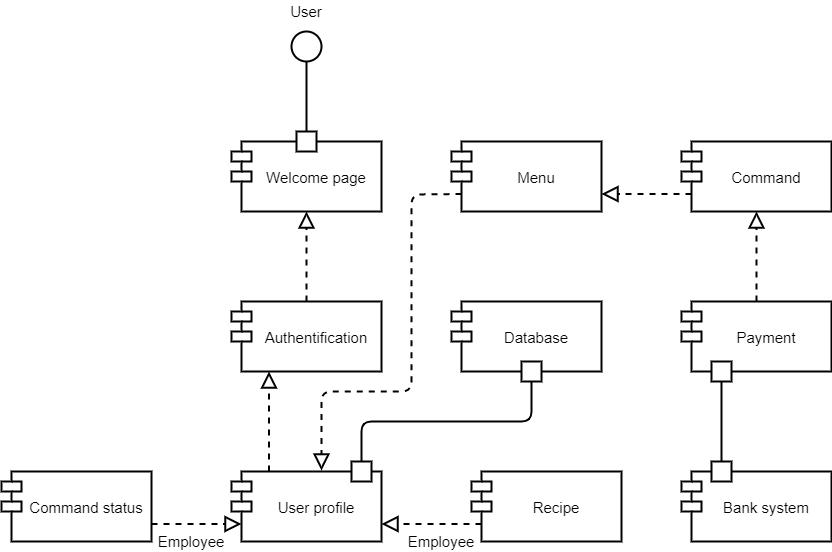
Tony380/Projet6 keeps this draw.io diagram as component diagram.png. Above is the earlier version. Source tidied: cells renumbered, new cells last; positions are measured from the earlier drawing's top-left corner, leaving out a move shared by most shapes. The source it was exported from:
```xml
<mxGraphModel background="#ffffff">
  <root>
    <mxCell id="0" />
    <mxCell id="1" parent="0" />
    <mxCell id="2" value="Authentification" style="shape=module;align=left;spacingLeft=20;align=center;verticalAlign=middle;strokeWidth=2;fontSize=15;" parent="1" vertex="1">
      <mxGeometry x="230" y="300" width="150" height="70" as="geometry" />
    </mxCell>
    <mxCell id="3" value="Bank system" style="shape=module;align=left;spacingLeft=20;align=center;verticalAlign=middle;strokeWidth=2;fontSize=15;" parent="1" vertex="1">
      <mxGeometry x="680" y="470" width="150" height="70" as="geometry" />
    </mxCell>
    <mxCell id="4" value="Database" style="shape=module;align=left;spacingLeft=20;align=center;verticalAlign=middle;strokeWidth=2;fontSize=15;" parent="1" vertex="1">
      <mxGeometry x="450" y="300" width="150" height="70" as="geometry" />
    </mxCell>
    <mxCell id="5" value="Recipe" style="shape=module;align=left;spacingLeft=20;align=center;verticalAlign=middle;strokeWidth=2;fontSize=15;" parent="1" vertex="1">
      <mxGeometry x="470" y="470" width="150" height="70" as="geometry" />
    </mxCell>
    <mxCell id="6" value="Command" style="shape=module;align=left;spacingLeft=20;align=center;verticalAlign=middle;strokeWidth=2;fontSize=15;" parent="1" vertex="1">
      <mxGeometry x="680" y="140" width="150" height="70" as="geometry" />
    </mxCell>
    <mxCell id="7" value="Menu" style="shape=module;align=left;spacingLeft=20;align=center;verticalAlign=middle;strokeWidth=2;fontSize=15;" parent="1" vertex="1">
      <mxGeometry x="450" y="140" width="150" height="70" as="geometry" />
    </mxCell>
    <mxCell id="8" value="User profile" style="shape=module;align=left;spacingLeft=20;align=center;verticalAlign=middle;strokeWidth=2;fontSize=15;" parent="1" vertex="1">
      <mxGeometry x="230" y="470" width="150" height="70" as="geometry" />
    </mxCell>
    <mxCell id="9" value="Welcome page" style="shape=module;align=left;spacingLeft=20;align=center;verticalAlign=middle;strokeWidth=2;fontSize=15;" parent="1" vertex="1">
      <mxGeometry x="230" y="140" width="150" height="70" as="geometry" />
    </mxCell>
    <mxCell id="10" style="ellipse;whiteSpace=wrap;html=1;strokeWidth=2;fontSize=15;verticalAlign=middle;" parent="1" vertex="1">
      <mxGeometry x="290" y="30" width="30" height="30" as="geometry" />
    </mxCell>
    <mxCell id="11" style="whiteSpace=wrap;html=1;strokeWidth=2;fontSize=15;verticalAlign=middle;" parent="1" vertex="1">
      <mxGeometry x="295" y="130" width="20" height="20" as="geometry" />
    </mxCell>
    <mxCell id="12" style="endArrow=none;html=1;entryX=0.5;entryY=1;entryDx=0;entryDy=0;exitX=0.5;exitY=0;exitDx=0;exitDy=0;strokeWidth=2;fontSize=15;verticalAlign=middle;" parent="1" edge="1" source="11" target="10">
      <mxGeometry relative="1" as="geometry" />
    </mxCell>
    <mxCell id="13" value="User" style="text;html=1;strokeColor=none;fillColor=none;align=center;verticalAlign=middle;whiteSpace=wrap;rounded=0;strokeWidth=2;fontSize=15;" parent="1" vertex="1">
      <mxGeometry x="285" width="40" height="20" as="geometry" />
    </mxCell>
    <mxCell id="14" style="endArrow=block;dashed=1;endFill=0;endSize=12;html=1;entryX=0.5;entryY=1;entryDx=0;entryDy=0;exitX=0.5;exitY=0;exitDx=0;exitDy=0;strokeWidth=2;fontSize=15;verticalAlign=middle;" parent="1" edge="1" source="2" target="9">
      <mxGeometry relative="1" as="geometry" />
    </mxCell>
    <mxCell id="15" style="endArrow=block;dashed=1;endFill=0;endSize=12;html=1;entryX=0.25;entryY=1;entryDx=0;entryDy=0;exitX=0.25;exitY=0;exitDx=0;exitDy=0;strokeWidth=2;fontSize=15;verticalAlign=middle;" parent="1" edge="1" source="8" target="2">
      <mxGeometry relative="1" as="geometry" />
    </mxCell>
    <mxCell id="16" style="endArrow=block;dashed=1;endFill=0;endSize=12;html=1;entryX=1;entryY=0.75;entryDx=0;entryDy=0;exitX=0;exitY=0.75;exitDx=10;exitDy=0;exitPerimeter=0;strokeWidth=2;fontSize=15;verticalAlign=middle;" parent="1" edge="1" source="6" target="7">
      <mxGeometry relative="1" as="geometry" />
    </mxCell>
    <mxCell id="17" style="endArrow=block;dashed=1;endFill=0;endSize=12;html=1;entryX=0.6;entryY=-0.014;entryDx=0;entryDy=0;exitX=0;exitY=0.75;exitDx=10;exitDy=0;exitPerimeter=0;entryPerimeter=0;strokeWidth=2;fontSize=15;verticalAlign=middle;" parent="1" edge="1" source="7" target="8">
      <mxGeometry relative="1" as="geometry">
        <Array as="points">
          <mxPoint x="410" y="193" />
          <mxPoint x="410" y="390" />
          <mxPoint x="320" y="390" />
        </Array>
      </mxGeometry>
    </mxCell>
    <mxCell id="18" style="endArrow=block;dashed=1;endFill=0;endSize=12;html=1;entryX=1;entryY=0.75;entryDx=0;entryDy=0;exitX=0;exitY=0.75;exitDx=10;exitDy=0;exitPerimeter=0;strokeWidth=2;fontSize=15;verticalAlign=middle;" parent="1" edge="1" source="5" target="8">
      <mxGeometry relative="1" as="geometry" />
    </mxCell>
    <mxCell id="19" value="Payment" style="shape=module;align=left;spacingLeft=20;align=center;verticalAlign=middle;strokeWidth=2;fontSize=15;" parent="1" vertex="1">
      <mxGeometry x="680" y="300" width="150" height="70" as="geometry" />
    </mxCell>
    <mxCell id="20" style="endArrow=block;dashed=1;endFill=0;endSize=12;html=1;exitX=0.5;exitY=0;exitDx=0;exitDy=0;strokeWidth=2;fontSize=15;verticalAlign=middle;" parent="1" edge="1" source="19" target="6">
      <mxGeometry relative="1" as="geometry" />
    </mxCell>
    <mxCell id="21" style="whiteSpace=wrap;html=1;strokeWidth=2;fontSize=15;verticalAlign=middle;" parent="1" vertex="1">
      <mxGeometry x="710" y="460" width="20" height="20" as="geometry" />
    </mxCell>
    <mxCell id="22" style="whiteSpace=wrap;html=1;strokeWidth=2;fontSize=15;verticalAlign=middle;" parent="1" vertex="1">
      <mxGeometry x="520" y="360" width="20" height="20" as="geometry" />
    </mxCell>
    <mxCell id="23" style="whiteSpace=wrap;html=1;strokeWidth=2;fontSize=15;verticalAlign=middle;" parent="1" vertex="1">
      <mxGeometry x="710" y="360" width="20" height="20" as="geometry" />
    </mxCell>
    <mxCell id="24" style="endArrow=none;html=1;exitX=0.5;exitY=0;exitDx=0;exitDy=0;entryX=0.5;entryY=1;entryDx=0;entryDy=0;strokeWidth=2;fontSize=15;verticalAlign=middle;" parent="1" edge="1" source="21" target="23">
      <mxGeometry relative="1" as="geometry" />
    </mxCell>
    <mxCell id="25" style="whiteSpace=wrap;html=1;strokeWidth=2;fontSize=15;verticalAlign=middle;" parent="1" vertex="1">
      <mxGeometry x="350" y="460" width="20" height="20" as="geometry" />
    </mxCell>
    <mxCell id="26" style="endArrow=none;html=1;exitX=0.5;exitY=0;exitDx=0;exitDy=0;entryX=0.5;entryY=1;entryDx=0;entryDy=0;strokeWidth=2;fontSize=15;verticalAlign=middle;" parent="1" edge="1" source="25" target="22">
      <mxGeometry relative="1" as="geometry">
        <Array as="points">
          <mxPoint x="360" y="420" />
          <mxPoint x="530" y="420" />
        </Array>
      </mxGeometry>
    </mxCell>
    <mxCell id="27" value="Employee" style="text;html=1;strokeColor=none;fillColor=none;align=center;verticalAlign=middle;whiteSpace=wrap;rounded=0;strokeWidth=2;fontSize=15;" parent="1" vertex="1">
      <mxGeometry x="420" y="530" width="40" height="20" as="geometry" />
    </mxCell>
    <mxCell id="28" value="Command status" style="shape=module;align=left;spacingLeft=20;align=center;verticalAlign=middle;strokeWidth=2;fontSize=15;" parent="1" vertex="1">
      <mxGeometry y="470" width="150" height="70" as="geometry" />
    </mxCell>
    <mxCell id="29" style="endArrow=block;dashed=1;endFill=0;endSize=12;html=1;entryX=0;entryY=0.75;entryDx=10;entryDy=0;exitX=1;exitY=0.75;exitDx=0;exitDy=0;entryPerimeter=0;strokeWidth=2;fontSize=15;verticalAlign=middle;" parent="1" edge="1" source="28" target="8">
      <mxGeometry relative="1" as="geometry" />
    </mxCell>
    <mxCell id="30" value="Employee" style="text;html=1;strokeColor=none;fillColor=none;align=center;verticalAlign=middle;whiteSpace=wrap;rounded=0;strokeWidth=2;fontSize=15;" parent="1" vertex="1">
      <mxGeometry x="170" y="530" width="40" height="20" as="geometry" />
    </mxCell>
  </root>
</mxGraphModel>
```
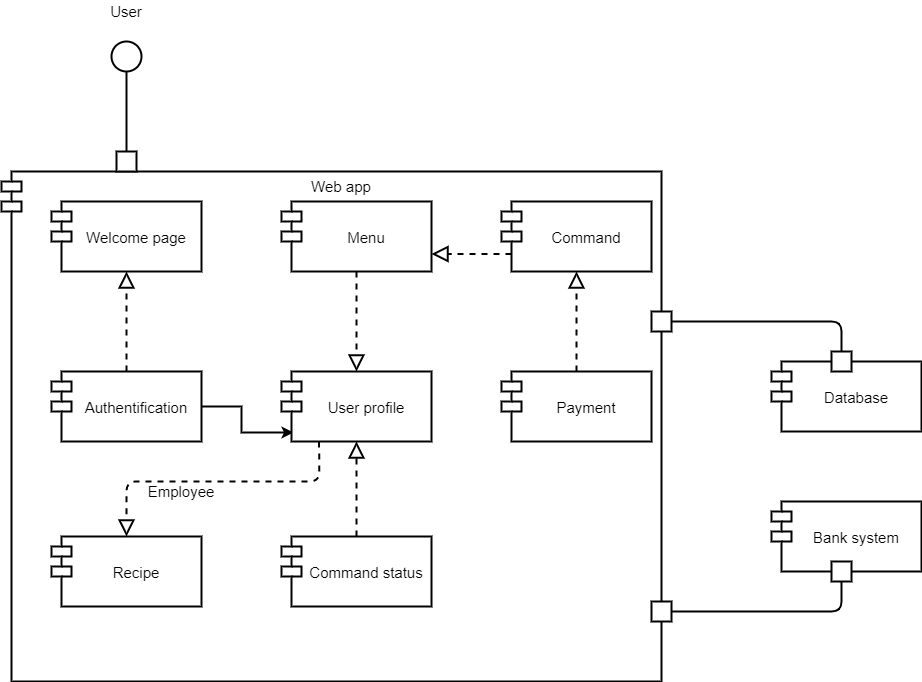
Later version of the same file.

Commit message:
component diagram

What changed in the source:
```diff
@@ -2,103 +2,105 @@
   <root>
     <mxCell id="0" />
     <mxCell id="1" parent="0" />
+    <mxCell id="31" value="Web app" style="shape=module;align=left;spacingLeft=20;align=center;verticalAlign=top;strokeWidth=2;fontSize=15;" parent="1" vertex="1">
+      <mxGeometry x="-710" y="180" width="660" height="510" as="geometry" />
+    </mxCell>
+    <mxCell id="32" style="edgeStyle=orthogonalEdgeStyle;rounded=0;jettySize=auto;html=1;entryX=0.08;entryY=0.871;entryDx=0;entryDy=0;entryPerimeter=0;strokeWidth=2;fontSize=15;" parent="1" edge="1" source="2" target="8">
+      <mxGeometry relative="1" as="geometry" />
+    </mxCell>
     <mxCell id="2" value="Authentification" style="shape=module;align=left;spacingLeft=20;align=center;verticalAlign=middle;strokeWidth=2;fontSize=15;" parent="1" vertex="1">
-      <mxGeometry x="230" y="300" width="150" height="70" as="geometry" />
+      <mxGeometry x="-660" y="380" width="150" height="70" as="geometry" />
     </mxCell>
     <mxCell id="3" value="Bank system" style="shape=module;align=left;spacingLeft=20;align=center;verticalAlign=middle;strokeWidth=2;fontSize=15;" parent="1" vertex="1">
-      <mxGeometry x="680" y="470" width="150" height="70" as="geometry" />
+      <mxGeometry x="60" y="510" width="150" height="70" as="geometry" />
     </mxCell>
     <mxCell id="4" value="Database" style="shape=module;align=left;spacingLeft=20;align=center;verticalAlign=middle;strokeWidth=2;fontSize=15;" parent="1" vertex="1">
-      <mxGeometry x="450" y="300" width="150" height="70" as="geometry" />
+      <mxGeometry x="60" y="370" width="150" height="70" as="geometry" />
     </mxCell>
-    <mxCell id="5" value="Recipe" style="shape=module;align=left;spacingLeft=20;align=center;verticalAlign=middle;strokeWidth=2;fontSize=15;" parent="1" vertex="1">
-      <mxGeometry x="470" y="470" width="150" height="70" as="geometry" />
+    <mxCell id="5" value="Command status" style="shape=module;align=left;spacingLeft=20;align=center;verticalAlign=middle;strokeWidth=2;fontSize=15;" parent="1" vertex="1">
+      <mxGeometry x="-430" y="545" width="150" height="70" as="geometry" />
     </mxCell>
     <mxCell id="6" value="Command" style="shape=module;align=left;spacingLeft=20;align=center;verticalAlign=middle;strokeWidth=2;fontSize=15;" parent="1" vertex="1">
-      <mxGeometry x="680" y="140" width="150" height="70" as="geometry" />
+      <mxGeometry x="-210" y="210" width="150" height="70" as="geometry" />
     </mxCell>
     <mxCell id="7" value="Menu" style="shape=module;align=left;spacingLeft=20;align=center;verticalAlign=middle;strokeWidth=2;fontSize=15;" parent="1" vertex="1">
-      <mxGeometry x="450" y="140" width="150" height="70" as="geometry" />
+      <mxGeometry x="-430" y="210" width="150" height="70" as="geometry" />
     </mxCell>
     <mxCell id="8" value="User profile" style="shape=module;align=left;spacingLeft=20;align=center;verticalAlign=middle;strokeWidth=2;fontSize=15;" parent="1" vertex="1">
-      <mxGeometry x="230" y="470" width="150" height="70" as="geometry" />
+      <mxGeometry x="-430" y="380" width="150" height="70" as="geometry" />
     </mxCell>
     <mxCell id="9" value="Welcome page" style="shape=module;align=left;spacingLeft=20;align=center;verticalAlign=middle;strokeWidth=2;fontSize=15;" parent="1" vertex="1">
-      <mxGeometry x="230" y="140" width="150" height="70" as="geometry" />
+      <mxGeometry x="-660" y="210" width="150" height="70" as="geometry" />
     </mxCell>
     <mxCell id="10" style="ellipse;whiteSpace=wrap;html=1;strokeWidth=2;fontSize=15;verticalAlign=middle;" parent="1" vertex="1">
-      <mxGeometry x="290" y="30" width="30" height="30" as="geometry" />
+      <mxGeometry x="-600" y="50" width="30" height="30" as="geometry" />
     </mxCell>
     <mxCell id="11" style="whiteSpace=wrap;html=1;strokeWidth=2;fontSize=15;verticalAlign=middle;" parent="1" vertex="1">
-      <mxGeometry x="295" y="130" width="20" height="20" as="geometry" />
+      <mxGeometry x="-595" y="160" width="20" height="20" as="geometry" />
     </mxCell>
     <mxCell id="12" style="endArrow=none;html=1;entryX=0.5;entryY=1;entryDx=0;entryDy=0;exitX=0.5;exitY=0;exitDx=0;exitDy=0;strokeWidth=2;fontSize=15;verticalAlign=middle;" parent="1" edge="1" source="11" target="10">
       <mxGeometry relative="1" as="geometry" />
     </mxCell>
     <mxCell id="13" value="User" style="text;html=1;strokeColor=none;fillColor=none;align=center;verticalAlign=middle;whiteSpace=wrap;rounded=0;strokeWidth=2;fontSize=15;" parent="1" vertex="1">
-      <mxGeometry x="285" width="40" height="20" as="geometry" />
+      <mxGeometry x="-605" y="10" width="40" height="20" as="geometry" />
     </mxCell>
     <mxCell id="14" style="endArrow=block;dashed=1;endFill=0;endSize=12;html=1;entryX=0.5;entryY=1;entryDx=0;entryDy=0;exitX=0.5;exitY=0;exitDx=0;exitDy=0;strokeWidth=2;fontSize=15;verticalAlign=middle;" parent="1" edge="1" source="2" target="9">
       <mxGeometry relative="1" as="geometry" />
     </mxCell>
-    <mxCell id="15" style="endArrow=block;dashed=1;endFill=0;endSize=12;html=1;entryX=0.25;entryY=1;entryDx=0;entryDy=0;exitX=0.25;exitY=0;exitDx=0;exitDy=0;strokeWidth=2;fontSize=15;verticalAlign=middle;" parent="1" edge="1" source="8" target="2">
-      <mxGeometry relative="1" as="geometry" />
-    </mxCell>
     <mxCell id="16" style="endArrow=block;dashed=1;endFill=0;endSize=12;html=1;entryX=1;entryY=0.75;entryDx=0;entryDy=0;exitX=0;exitY=0.75;exitDx=10;exitDy=0;exitPerimeter=0;strokeWidth=2;fontSize=15;verticalAlign=middle;" parent="1" edge="1" source="6" target="7">
       <mxGeometry relative="1" as="geometry" />
     </mxCell>
-    <mxCell id="17" style="endArrow=block;dashed=1;endFill=0;endSize=12;html=1;entryX=0.6;entryY=-0.014;entryDx=0;entryDy=0;exitX=0;exitY=0.75;exitDx=10;exitDy=0;exitPerimeter=0;entryPerimeter=0;strokeWidth=2;fontSize=15;verticalAlign=middle;" parent="1" edge="1" source="7" target="8">
-      <mxGeometry relative="1" as="geometry">
-        <Array as="points">
-          <mxPoint x="410" y="193" />
-          <mxPoint x="410" y="390" />
-          <mxPoint x="320" y="390" />
-        </Array>
-      </mxGeometry>
-    </mxCell>
-    <mxCell id="18" style="endArrow=block;dashed=1;endFill=0;endSize=12;html=1;entryX=1;entryY=0.75;entryDx=0;entryDy=0;exitX=0;exitY=0.75;exitDx=10;exitDy=0;exitPerimeter=0;strokeWidth=2;fontSize=15;verticalAlign=middle;" parent="1" edge="1" source="5" target="8">
-      <mxGeometry relative="1" as="geometry" />
-    </mxCell>
     <mxCell id="19" value="Payment" style="shape=module;align=left;spacingLeft=20;align=center;verticalAlign=middle;strokeWidth=2;fontSize=15;" parent="1" vertex="1">
-      <mxGeometry x="680" y="300" width="150" height="70" as="geometry" />
+      <mxGeometry x="-210" y="380" width="150" height="70" as="geometry" />
     </mxCell>
     <mxCell id="20" style="endArrow=block;dashed=1;endFill=0;endSize=12;html=1;exitX=0.5;exitY=0;exitDx=0;exitDy=0;strokeWidth=2;fontSize=15;verticalAlign=middle;" parent="1" edge="1" source="19" target="6">
       <mxGeometry relative="1" as="geometry" />
     </mxCell>
-    <mxCell id="21" style="whiteSpace=wrap;html=1;strokeWidth=2;fontSize=15;verticalAlign=middle;" parent="1" vertex="1">
-      <mxGeometry x="710" y="460" width="20" height="20" as="geometry" />
+    <mxCell id="21" style="whiteSpace=wrap;html=1;strokeWidth=2;fontSize=15;verticalAlign=middle;rotation=90;" parent="1" vertex="1">
+      <mxGeometry x="-60" y="610" width="20" height="20" as="geometry" />
     </mxCell>
     <mxCell id="22" style="whiteSpace=wrap;html=1;strokeWidth=2;fontSize=15;verticalAlign=middle;" parent="1" vertex="1">
-      <mxGeometry x="520" y="360" width="20" height="20" as="geometry" />
+      <mxGeometry x="120" y="360" width="20" height="20" as="geometry" />
     </mxCell>
     <mxCell id="23" style="whiteSpace=wrap;html=1;strokeWidth=2;fontSize=15;verticalAlign=middle;" parent="1" vertex="1">
-      <mxGeometry x="710" y="360" width="20" height="20" as="geometry" />
+      <mxGeometry x="120" y="570" width="20" height="20" as="geometry" />
     </mxCell>
     <mxCell id="24" style="endArrow=none;html=1;exitX=0.5;exitY=0;exitDx=0;exitDy=0;entryX=0.5;entryY=1;entryDx=0;entryDy=0;strokeWidth=2;fontSize=15;verticalAlign=middle;" parent="1" edge="1" source="21" target="23">
-      <mxGeometry relative="1" as="geometry" />
+      <mxGeometry relative="1" as="geometry">
+        <Array as="points">
+          <mxPoint x="130" y="620" />
+        </Array>
+      </mxGeometry>
     </mxCell>
     <mxCell id="25" style="whiteSpace=wrap;html=1;strokeWidth=2;fontSize=15;verticalAlign=middle;" parent="1" vertex="1">
-      <mxGeometry x="350" y="460" width="20" height="20" as="geometry" />
+      <mxGeometry x="-60" y="320" width="20" height="20" as="geometry" />
     </mxCell>
+    <mxCell id="28" value="Recipe" style="shape=module;align=left;spacingLeft=20;align=center;verticalAlign=middle;strokeWidth=2;fontSize=15;" parent="1" vertex="1">
+      <mxGeometry x="-660" y="545" width="150" height="70" as="geometry" />
+    </mxCell>
-    <mxCell id="26" style="endArrow=none;html=1;exitX=0.5;exitY=0;exitDx=0;exitDy=0;entryX=0.5;entryY=1;entryDx=0;entryDy=0;strokeWidth=2;fontSize=15;verticalAlign=middle;" parent="1" edge="1" source="25" target="22">
+    <mxCell id="26" style="endArrow=none;html=1;strokeWidth=2;fontSize=15;exitX=1;exitY=0.5;exitDx=0;exitDy=0;entryX=0.5;entryY=0;entryDx=0;entryDy=0;" parent="1" edge="1" source="25" target="22">
       <mxGeometry relative="1" as="geometry">
         <Array as="points">
-          <mxPoint x="360" y="420" />
-          <mxPoint x="530" y="420" />
+          <mxPoint x="130" y="330" />
         </Array>
       </mxGeometry>
     </mxCell>
-    <mxCell id="27" value="Employee" style="text;html=1;strokeColor=none;fillColor=none;align=center;verticalAlign=middle;whiteSpace=wrap;rounded=0;strokeWidth=2;fontSize=15;" parent="1" vertex="1">
-      <mxGeometry x="420" y="530" width="40" height="20" as="geometry" />
-    </mxCell>
-    <mxCell id="28" value="Command status" style="shape=module;align=left;spacingLeft=20;align=center;verticalAlign=middle;strokeWidth=2;fontSize=15;" parent="1" vertex="1">
-      <mxGeometry y="470" width="150" height="70" as="geometry" />
-    </mxCell>
-    <mxCell id="29" style="endArrow=block;dashed=1;endFill=0;endSize=12;html=1;entryX=0;entryY=0.75;entryDx=10;entryDy=0;exitX=1;exitY=0.75;exitDx=0;exitDy=0;entryPerimeter=0;strokeWidth=2;fontSize=15;verticalAlign=middle;" parent="1" edge="1" source="28" target="8">
-      <mxGeometry relative="1" as="geometry" />
-    </mxCell>
-    <mxCell id="30" value="Employee" style="text;html=1;strokeColor=none;fillColor=none;align=center;verticalAlign=middle;whiteSpace=wrap;rounded=0;strokeWidth=2;fontSize=15;" parent="1" vertex="1">
-      <mxGeometry x="170" y="530" width="40" height="20" as="geometry" />
-    </mxCell>
+    <mxCell id="17" style="endArrow=block;dashed=1;endFill=0;endSize=12;html=1;entryX=0.5;entryY=0;entryDx=0;entryDy=0;exitX=0.5;exitY=1;exitDx=0;exitDy=0;strokeWidth=2;fontSize=15;verticalAlign=middle;" parent="1" edge="1" source="7" target="8">
+      <mxGeometry relative="1" as="geometry" />
+    </mxCell>
+    <mxCell id="18" style="endArrow=block;dashed=1;endFill=0;endSize=12;html=1;entryX=0.5;entryY=1;entryDx=0;entryDy=0;exitX=0.5;exitY=0;exitDx=0;exitDy=0;strokeWidth=2;fontSize=15;verticalAlign=middle;" parent="1" edge="1" source="5" target="8">
+      <mxGeometry relative="1" as="geometry" />
+    </mxCell>
+    <mxCell id="33" style="endArrow=block;dashed=1;endFill=0;endSize=12;html=1;entryX=0.5;entryY=0;entryDx=0;entryDy=0;exitX=0.25;exitY=1;exitDx=0;exitDy=0;strokeWidth=2;fontSize=15;verticalAlign=middle;" parent="1" edge="1" source="8" target="28">
+      <mxGeometry relative="1" as="geometry">
+        <Array as="points">
+          <mxPoint x="-392" y="490" />
+          <mxPoint x="-585" y="490" />
+        </Array>
+      </mxGeometry>
+    </mxCell>
+    <mxCell id="34" value="Employee" style="text;html=1;strokeColor=none;fillColor=none;align=center;verticalAlign=middle;whiteSpace=wrap;rounded=0;fontSize=15;rotation=0;" parent="1" vertex="1">
+      <mxGeometry x="-550" y="490" width="40" height="20" as="geometry" />
+    </mxCell>
   </root>
 </mxGraphModel>
```
